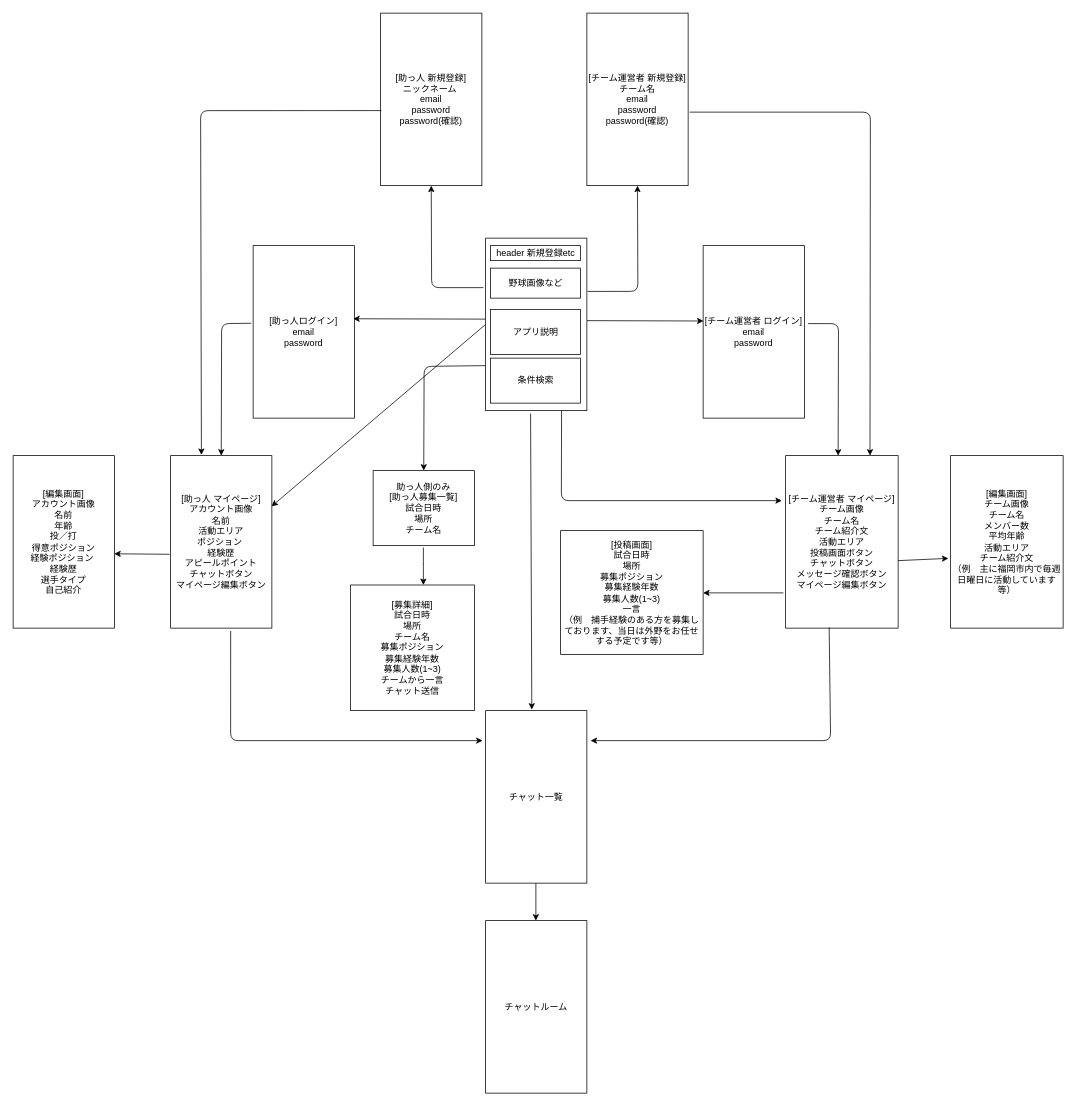
This is demo.drawio from rikudomoto/webtest, a draw.io file, before an edit. Source tidied: cells renumbered, new cells numbered last; positions are measured from the earlier drawing's top-left corner, leaving out a move shared by most shapes. Both pictures are drawn from the tidied source at 75%, with x=0, y=0 at pixel (13, 13).
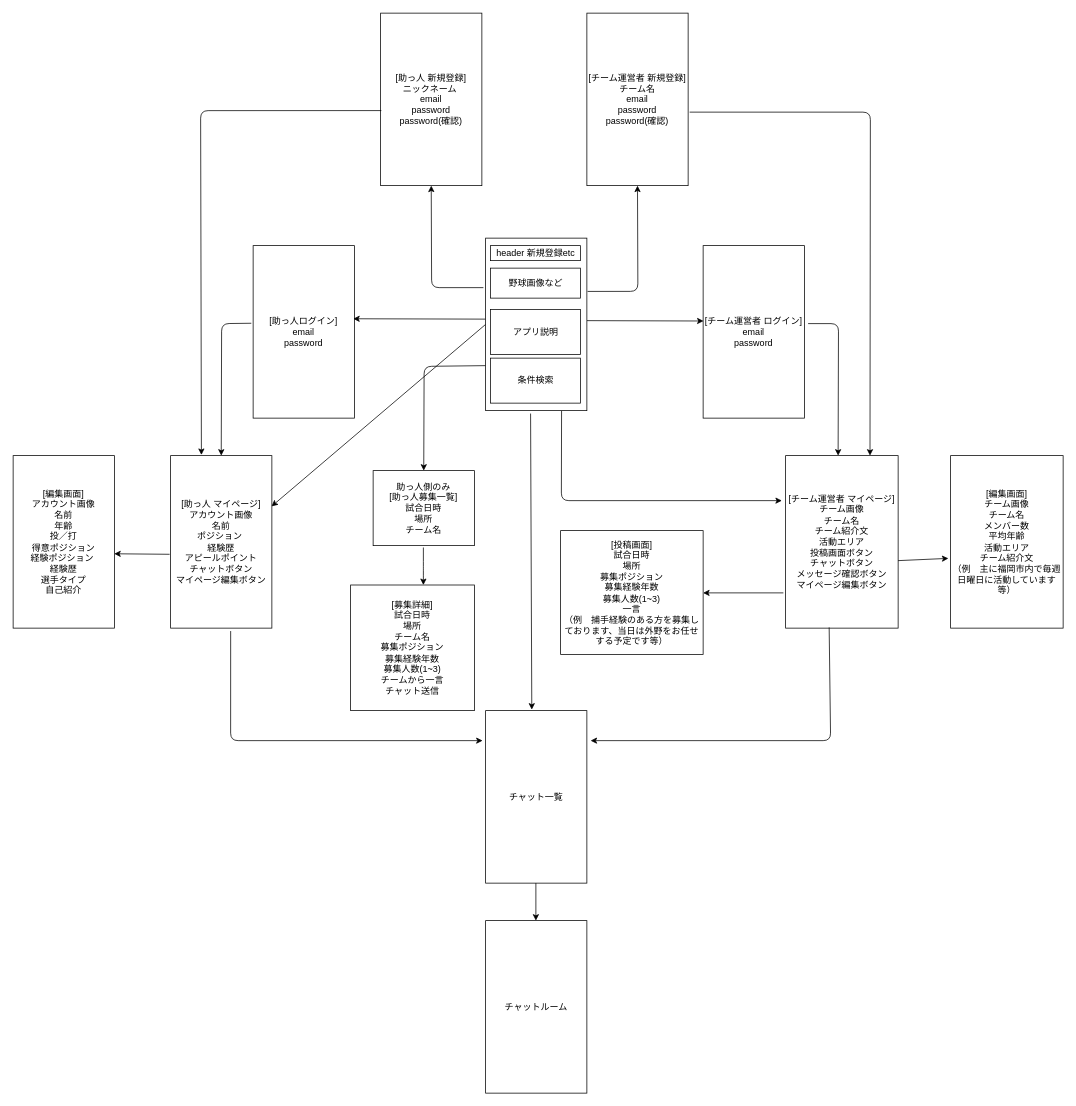
The same page after the edit.

Commit message (it also covers changes not shown here):
テーブル設計修正

Change to the diagram source:
```diff
@@
-    <mxCell id="6" value="[助っ人 マイページ]&lt;br&gt;アカウント画像&lt;br&gt;名前&lt;br&gt;活動エリア&lt;br&gt;ポジション&amp;nbsp;&lt;br&gt;経験歴&lt;br&gt;アピールポイント&lt;br&gt;チャットボタン&lt;br&gt;マイページ編集ボタン" style="rounded=0;whiteSpace=wrap;html=1;" parent="1" vertex="1">
+    <mxCell id="6" value="[助っ人 マイページ]&lt;br&gt;アカウント画像&lt;br&gt;名前&lt;br&gt;ポジション&amp;nbsp;&lt;br&gt;経験歴&lt;br&gt;アピールポイント&lt;br&gt;チャットボタン&lt;br&gt;マイページ編集ボタン" style="rounded=0;whiteSpace=wrap;html=1;" parent="1" vertex="1">
       <mxGeometry x="210" y="590" width="135" height="230" as="geometry" />
     </mxCell>
```
